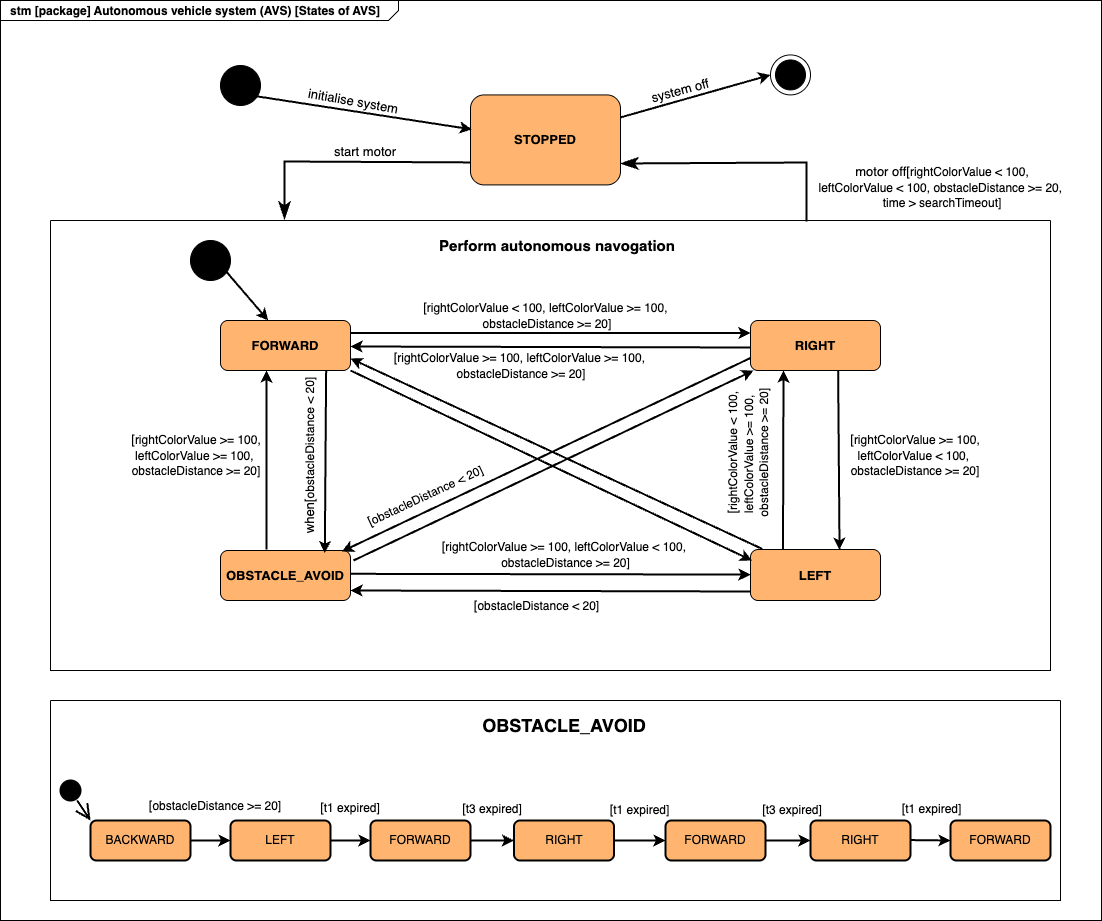
Above: SysML Diagrams/Visualization/StateMachineDiagram.png in DariaShushkova/Autonomous_vehicle_prototype (draw.io), before the change. Source tidied: cells renumbered, new cells last; positions are measured from the earlier drawing's top-left corner, leaving out a move shared by most shapes.
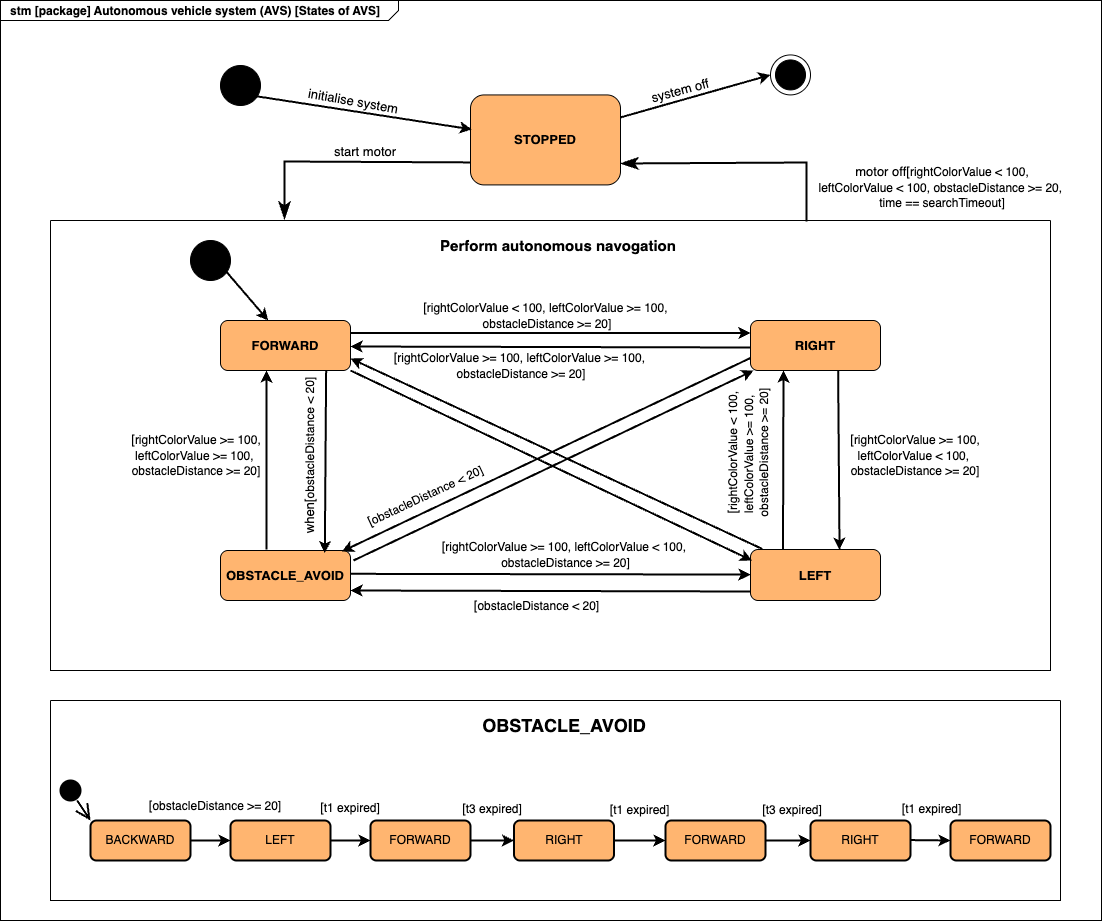
After the change.

Commit message:
corrected diagrams

The edit, as a diff of the source:
```diff
@@ -151,7 +151,7 @@
         </Array>
       </mxGeometry>
     </mxCell>
-    <mxCell id="39" value="&lt;div style=&quot;text-align: center;&quot;&gt;&lt;span style=&quot;text-align: start; text-wrap-mode: nowrap;&quot;&gt;motor off[&lt;/span&gt;&lt;span style=&quot;font-size: 12px; text-align: start;&quot;&gt;rightColorValue &amp;lt; 100,&lt;/span&gt;&lt;/div&gt;&lt;div style=&quot;text-wrap-mode: nowrap;&quot;&gt;&lt;span style=&quot;font-size: 12px; text-align: start; text-wrap-mode: wrap;&quot;&gt;leftColorValue &amp;lt; 100,&amp;nbsp;&lt;/span&gt;&lt;span style=&quot;background-color: transparent; text-wrap-mode: wrap; font-size: 12px; text-align: start;&quot;&gt;obstacleDistance &amp;gt;= 20,&amp;nbsp;&lt;/span&gt;&lt;/div&gt;&lt;div style=&quot;text-wrap-mode: nowrap;&quot;&gt;&lt;span style=&quot;background-color: transparent; text-wrap-mode: wrap; font-size: 12px;&quot;&gt;time &amp;gt; searchTimeout]&lt;/span&gt;&lt;/div&gt;" style="text;html=1;align=center;verticalAlign=middle;whiteSpace=wrap;rounded=0;fontFamily=Helvetica;fontSize=13;fontColor=light-dark(#000000,#000000);labelBackgroundColor=none;rotation=0;" parent="1" vertex="1">
+    <mxCell id="39" value="&lt;div style=&quot;text-align: center;&quot;&gt;&lt;span style=&quot;text-align: start; text-wrap-mode: nowrap;&quot;&gt;motor off[&lt;/span&gt;&lt;span style=&quot;font-size: 12px; text-align: start;&quot;&gt;rightColorValue &amp;lt; 100,&lt;/span&gt;&lt;/div&gt;&lt;div style=&quot;text-wrap-mode: nowrap;&quot;&gt;&lt;span style=&quot;font-size: 12px; text-align: start; text-wrap-mode: wrap;&quot;&gt;leftColorValue &amp;lt; 100,&amp;nbsp;&lt;/span&gt;&lt;span style=&quot;background-color: transparent; text-wrap-mode: wrap; font-size: 12px; text-align: start;&quot;&gt;obstacleDistance &amp;gt;= 20,&amp;nbsp;&lt;br&gt;&lt;/span&gt;&lt;span style=&quot;background-color: transparent; font-size: 12px; text-wrap-mode: wrap;&quot;&gt;time == searchTimeout]&lt;/span&gt;&lt;/div&gt;" style="text;html=1;align=center;verticalAlign=middle;whiteSpace=wrap;rounded=0;fontFamily=Helvetica;fontSize=13;fontColor=light-dark(#000000,#000000);labelBackgroundColor=none;rotation=0;" parent="1" vertex="1">
       <mxGeometry x="804" y="172" width="276" height="30" as="geometry" />
     </mxCell>
     <mxCell id="40" style="endArrow=classic;html=1;rounded=0;strokeColor=light-dark(#000000,#000000);exitX=1;exitY=0.25;exitDx=0;exitDy=0;strokeWidth=2;entryX=0;entryY=0.5;entryDx=0;entryDy=0;entryPerimeter=0;" parent="1" edge="1" source="5" target="4">
```
